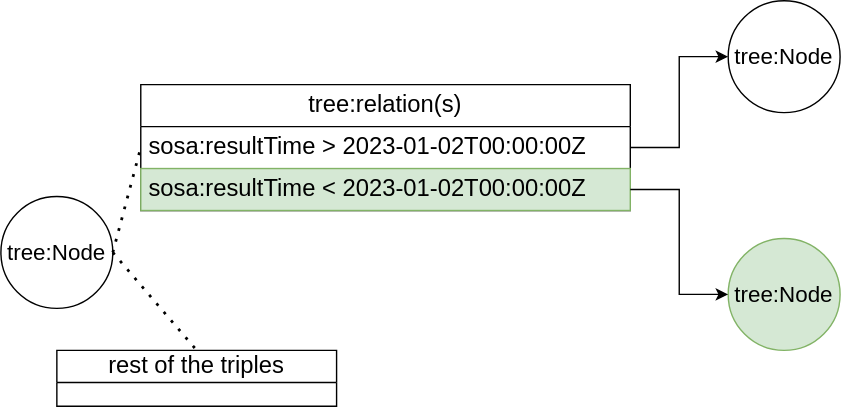
constraintAutomaton/rule-based-approach-for-source-selection-in-LTQP keeps this draw.io diagram as content/img/running_example.drawio.svg. Above is the earlier version. Source tidied: cells renumbered, new cells last; positions are measured from the earlier drawing's top-left corner, leaving out a move shared by most shapes.
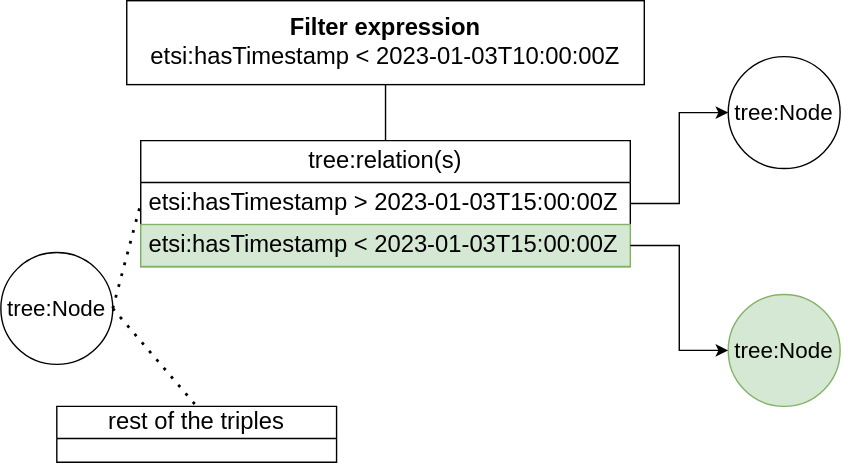
The same diagram one commit later.

What changed in the source:
```diff
@@ -8,10 +8,10 @@
     <mxCell id="3" value="&lt;font style=&quot;font-size: 17px;&quot;&gt;tree:relation(s)&lt;/font&gt;" style="swimlane;fontStyle=0;horizontal=1;startSize=30;whiteSpace=wrap;html=1;" parent="1" vertex="1">
       <mxGeometry x="100" y="60" width="350" height="90" as="geometry" />
     </mxCell>
-    <mxCell id="4" value="&lt;font style=&quot;font-size: 17px;&quot;&gt;sosa:resultTime &amp;gt;&amp;nbsp;2023-01-02T00:00:00Z&lt;/font&gt;" style="text;strokeColor=none;fillColor=none;align=left;verticalAlign=middle;spacingLeft=4;spacingRight=4;overflow=hidden;points=[[0,0.5],[1,0.5]];portConstraint=eastwest;whiteSpace=wrap;html=1;" parent="3" vertex="1">
+    <mxCell id="4" value="&lt;font style=&quot;font-size: 17px;&quot;&gt;etsi:hasTimestamp&amp;nbsp;&amp;gt;&amp;nbsp;2023-01-03T15:00:00Z&lt;/font&gt;" style="text;strokeColor=none;fillColor=none;align=left;verticalAlign=middle;spacingLeft=4;spacingRight=4;overflow=hidden;points=[[0,0.5],[1,0.5]];portConstraint=eastwest;whiteSpace=wrap;html=1;" parent="3" vertex="1">
       <mxGeometry y="30" width="350" height="30" as="geometry" />
     </mxCell>
-    <mxCell id="5" value="&lt;font style=&quot;font-size: 17px;&quot;&gt;sosa:resultTime &amp;lt;&amp;nbsp;2023-01-02T00:00:00Z&lt;/font&gt;" style="text;strokeColor=#82b366;fillColor=#d5e8d4;align=left;verticalAlign=middle;spacingLeft=4;spacingRight=4;overflow=hidden;points=[[0,0.5],[1,0.5]];portConstraint=eastwest;whiteSpace=wrap;html=1;" parent="3" vertex="1">
+    <mxCell id="5" value="&lt;font style=&quot;font-size: 17px;&quot;&gt;etsi:hasTimestamp&amp;nbsp;&amp;lt;&amp;nbsp;2023-01-03T15:00:00Z&lt;/font&gt;" style="text;strokeColor=#82b366;fillColor=#d5e8d4;align=left;verticalAlign=middle;spacingLeft=4;spacingRight=4;overflow=hidden;points=[[0,0.5],[1,0.5]];portConstraint=eastwest;whiteSpace=wrap;html=1;" parent="3" vertex="1">
       <mxGeometry y="60" width="350" height="30" as="geometry" />
     </mxCell>
     <mxCell id="6" value="&lt;span style=&quot;font-weight: normal;&quot;&gt;&lt;font style=&quot;font-size: 17px;&quot;&gt;rest of the triples&lt;/font&gt;&lt;/span&gt;" style="swimlane;whiteSpace=wrap;html=1;startSize=23;" parent="1" vertex="1">
@@ -35,5 +35,13 @@
     <mxCell id="12" style="edgeStyle=orthogonalEdgeStyle;rounded=0;jettySize=auto;html=1;entryX=0;entryY=0.5;entryDx=0;entryDy=0;" parent="1" edge="1" source="5" target="10">
       <mxGeometry relative="1" as="geometry" />
     </mxCell>
+    <mxCell id="13" style="endArrow=none;html=1;rounded=0;entryX=0.5;entryY=1;entryDx=0;entryDy=0;" parent="1" edge="1" source="3">
+      <mxGeometry relative="1" as="geometry">
+        <mxPoint x="275" y="20" as="targetPoint" />
+      </mxGeometry>
+    </mxCell>
+    <mxCell id="14" value="&lt;font style=&quot;font-size: 17px;&quot;&gt;&lt;b&gt;Filter expression&lt;/b&gt;&lt;br style=&quot;border-color: var(--border-color);&quot;&gt;etsi:has&lt;/font&gt;&lt;span style=&quot;font-size: 17px;&quot;&gt;Timestamp &amp;lt; 2023-01-03T10:00:00Z&lt;/span&gt;" style="rounded=0;whiteSpace=wrap;html=1;" parent="1" vertex="1">
+      <mxGeometry x="90" y="-40" width="370" height="60" as="geometry" />
+    </mxCell>
   </root>
 </mxGraphModel>
```
